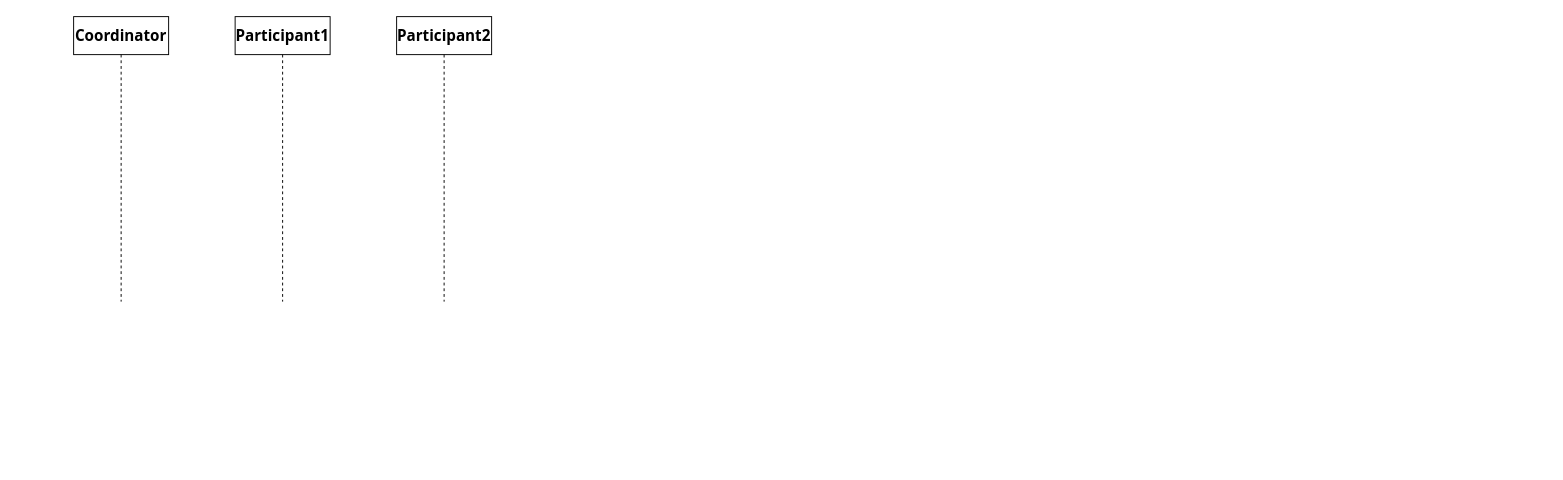
Above: distributed_service_consistency.drawio in walkerdu/draw_io (draw.io), before the change. Source tidied: cells renumbered, new cells numbered last; positions are measured from the earlier drawing's top-left corner, leaving out a move shared by most shapes. Both pictures are drawn from the tidied source at 95%, with x=0, y=0 at pixel (73, 16).
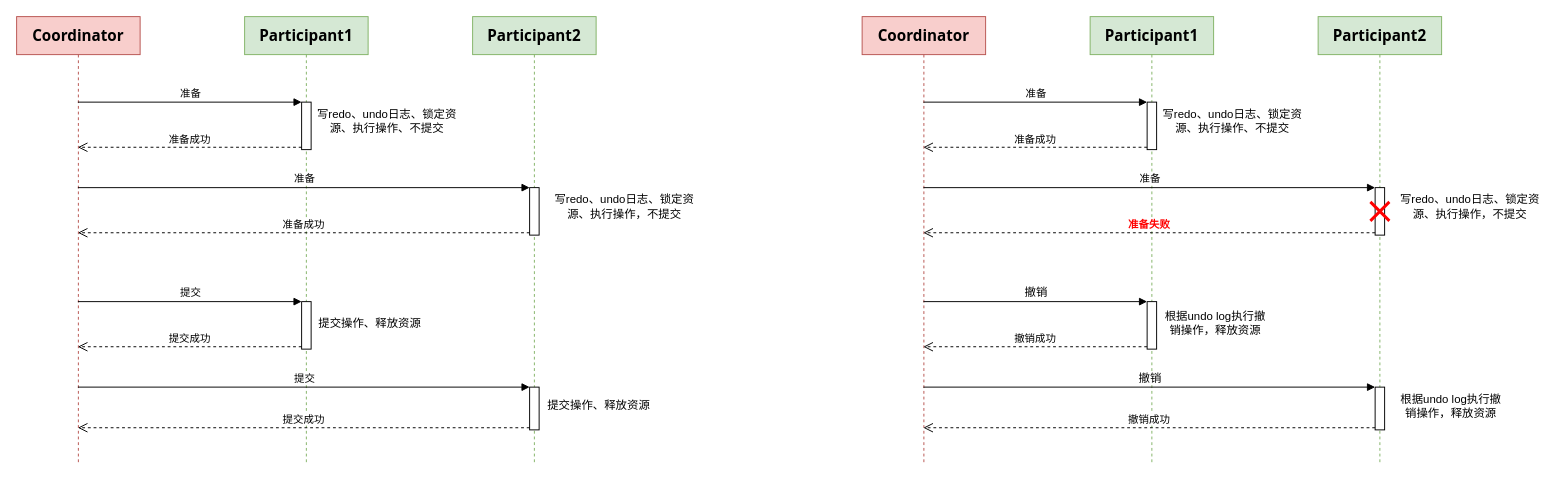
The same diagram, later.

Diff of the diagram source:
```diff
@@
-    <mxCell id="2" value="&lt;strong style=&quot;box-sizing: border-box ; font-family: &amp;#34;open sans&amp;#34; , &amp;#34;clear sans&amp;#34; , &amp;#34;helvetica neue&amp;#34; , &amp;#34;helvetica&amp;#34; , &amp;#34;arial&amp;#34; , sans-serif ; font-size: 16px&quot;&gt;&lt;span class=&quot;md-plain&quot; style=&quot;box-sizing: border-box&quot;&gt;Coordinator&lt;/span&gt;&lt;/strong&gt;" style="shape=umlLifeline;perimeter=lifelinePerimeter;whiteSpace=wrap;html=1;outlineConnect=0;" parent="1" vertex="1">
-      <mxGeometry width="100" height="300" as="geometry" />
+    <mxCell id="2" value="&lt;strong style=&quot;box-sizing: border-box ; font-family: &amp;#34;open sans&amp;#34; , &amp;#34;clear sans&amp;#34; , &amp;#34;helvetica neue&amp;#34; , &amp;#34;helvetica&amp;#34; , &amp;#34;arial&amp;#34; , sans-serif ; font-size: 16px&quot;&gt;&lt;span class=&quot;md-plain&quot; style=&quot;box-sizing: border-box&quot;&gt;Coordinator&lt;/span&gt;&lt;/strong&gt;" style="shape=umlLifeline;perimeter=lifelinePerimeter;whiteSpace=wrap;html=1;outlineConnect=0;fillColor=#f8cecc;strokeColor=#b85450;" parent="1" vertex="1">
+      <mxGeometry x="-60" width="130" height="470" as="geometry" />
     </mxCell>
-    <mxCell id="3" value="&lt;strong style=&quot;box-sizing: border-box ; font-family: &amp;#34;open sans&amp;#34; , &amp;#34;clear sans&amp;#34; , &amp;#34;helvetica neue&amp;#34; , &amp;#34;helvetica&amp;#34; , &amp;#34;arial&amp;#34; , sans-serif ; font-size: 16px ; text-align: left&quot;&gt;&lt;span class=&quot;md-plain&quot; style=&quot;box-sizing: border-box&quot;&gt;Participant1&lt;/span&gt;&lt;/strong&gt;" style="shape=umlLifeline;perimeter=lifelinePerimeter;whiteSpace=wrap;html=1;" parent="1" vertex="1">
-      <mxGeometry x="170" width="100" height="300" as="geometry" />
+    <mxCell id="3" value="&lt;strong style=&quot;box-sizing: border-box ; font-family: &amp;#34;open sans&amp;#34; , &amp;#34;clear sans&amp;#34; , &amp;#34;helvetica neue&amp;#34; , &amp;#34;helvetica&amp;#34; , &amp;#34;arial&amp;#34; , sans-serif ; font-size: 16px ; text-align: left&quot;&gt;&lt;span class=&quot;md-plain&quot; style=&quot;box-sizing: border-box&quot;&gt;Participant1&lt;/span&gt;&lt;/strong&gt;" style="shape=umlLifeline;perimeter=lifelinePerimeter;whiteSpace=wrap;html=1;fillColor=#d5e8d4;strokeColor=#82b366;" parent="1" vertex="1">
+      <mxGeometry x="180" width="130" height="470" as="geometry" />
     </mxCell>
+    <mxCell id="5" style="html=1;points=[];perimeter=orthogonalPerimeter;" parent="3" vertex="1">
+      <mxGeometry x="60" y="90" width="10" height="50" as="geometry" />
+    </mxCell>
+    <mxCell id="6" style="html=1;points=[];perimeter=orthogonalPerimeter;" parent="3" vertex="1">
+      <mxGeometry x="60" y="300" width="10" height="50" as="geometry" />
+    </mxCell>
-    <mxCell id="4" value="&lt;strong style=&quot;box-sizing: border-box ; font-family: &amp;#34;open sans&amp;#34; , &amp;#34;clear sans&amp;#34; , &amp;#34;helvetica neue&amp;#34; , &amp;#34;helvetica&amp;#34; , &amp;#34;arial&amp;#34; , sans-serif ; font-size: 16px ; text-align: left&quot;&gt;&lt;span class=&quot;md-plain&quot; style=&quot;box-sizing: border-box&quot;&gt;Participant2&lt;/span&gt;&lt;/strong&gt;" style="shape=umlLifeline;perimeter=lifelinePerimeter;whiteSpace=wrap;html=1;" parent="1" vertex="1">
-      <mxGeometry x="340" width="100" height="300" as="geometry" />
+    <mxCell id="4" value="&lt;strong style=&quot;box-sizing: border-box ; font-family: &amp;#34;open sans&amp;#34; , &amp;#34;clear sans&amp;#34; , &amp;#34;helvetica neue&amp;#34; , &amp;#34;helvetica&amp;#34; , &amp;#34;arial&amp;#34; , sans-serif ; font-size: 16px ; text-align: left&quot;&gt;&lt;span class=&quot;md-plain&quot; style=&quot;box-sizing: border-box&quot;&gt;Participant2&lt;/span&gt;&lt;/strong&gt;" style="shape=umlLifeline;perimeter=lifelinePerimeter;whiteSpace=wrap;html=1;fillColor=#d5e8d4;strokeColor=#82b366;" parent="1" vertex="1">
+      <mxGeometry x="420" width="130" height="470" as="geometry" />
     </mxCell>
+    <mxCell id="7" style="html=1;points=[];perimeter=orthogonalPerimeter;" parent="4" vertex="1">
+      <mxGeometry x="60" y="180" width="10" height="50" as="geometry" />
+    </mxCell>
+    <mxCell id="8" style="html=1;points=[];perimeter=orthogonalPerimeter;" parent="4" vertex="1">
+      <mxGeometry x="60" y="390" width="10" height="45" as="geometry" />
+    </mxCell>
+    <mxCell id="9" value="准备" style="html=1;verticalAlign=bottom;endArrow=block;entryX=0;entryY=0;" parent="1" edge="1" source="2" target="5">
+      <mxGeometry relative="1" as="geometry" />
+    </mxCell>
+    <mxCell id="10" value="准备成功" style="html=1;verticalAlign=bottom;endArrow=open;dashed=1;endSize=8;exitX=0;exitY=0.95;" parent="1" edge="1" source="5" target="2">
+      <mxGeometry relative="1" as="geometry" />
+    </mxCell>
+    <mxCell id="11" value="写redo、undo日志、锁定资源、执行操作、不提交" style="text;html=1;strokeColor=none;fillColor=none;align=center;verticalAlign=middle;whiteSpace=wrap;rounded=0;" parent="1" vertex="1">
+      <mxGeometry x="250" y="100" width="160" height="20" as="geometry" />
+    </mxCell>
+    <mxCell id="12" value="准备" style="html=1;verticalAlign=bottom;endArrow=block;entryX=0;entryY=0;" parent="1" edge="1" source="2" target="7">
+      <mxGeometry relative="1" as="geometry" />
+    </mxCell>
+    <mxCell id="13" value="准备成功" style="html=1;verticalAlign=bottom;endArrow=open;dashed=1;endSize=8;exitX=0;exitY=0.95;" parent="1" edge="1" source="7" target="2">
+      <mxGeometry relative="1" as="geometry" />
+    </mxCell>
+    <mxCell id="14" value="写redo、undo日志、锁定资源、执行操作，不提交" style="text;html=1;strokeColor=none;fillColor=none;align=center;verticalAlign=middle;whiteSpace=wrap;rounded=0;" parent="1" vertex="1">
+      <mxGeometry x="500" y="190" width="160" height="20" as="geometry" />
+    </mxCell>
+    <mxCell id="15" value="提交" style="html=1;verticalAlign=bottom;endArrow=block;entryX=0;entryY=0;" parent="1" edge="1" source="2" target="6">
+      <mxGeometry relative="1" as="geometry" />
+    </mxCell>
+    <mxCell id="16" value="提交成功" style="html=1;verticalAlign=bottom;endArrow=open;dashed=1;endSize=8;exitX=0;exitY=0.95;" parent="1" edge="1" source="6" target="2">
+      <mxGeometry relative="1" as="geometry" />
+    </mxCell>
+    <mxCell id="17" value="提交操作、释放资源" style="text;html=1;strokeColor=none;fillColor=none;align=center;verticalAlign=middle;whiteSpace=wrap;rounded=0;" parent="1" vertex="1">
+      <mxGeometry x="252" y="313" width="120" height="20" as="geometry" />
+    </mxCell>
+    <mxCell id="18" value="提交" style="html=1;verticalAlign=bottom;endArrow=block;entryX=0;entryY=0;" parent="1" edge="1" target="8">
+      <mxGeometry relative="1" as="geometry">
+        <mxPoint x="4.5" y="390" as="sourcePoint" />
+      </mxGeometry>
+    </mxCell>
+    <mxCell id="19" value="提交成功" style="html=1;verticalAlign=bottom;endArrow=open;dashed=1;endSize=8;exitX=0;exitY=0.95;" parent="1" edge="1" source="8" target="2">
+      <mxGeometry relative="1" as="geometry" />
+    </mxCell>
+    <mxCell id="20" value="提交操作、释放资源" style="text;html=1;strokeColor=none;fillColor=none;align=center;verticalAlign=middle;whiteSpace=wrap;rounded=0;" parent="1" vertex="1">
+      <mxGeometry x="493" y="400" width="120" height="20" as="geometry" />
+    </mxCell>
+    <mxCell id="21" value="&lt;strong style=&quot;box-sizing: border-box ; font-family: &amp;#34;open sans&amp;#34; , &amp;#34;clear sans&amp;#34; , &amp;#34;helvetica neue&amp;#34; , &amp;#34;helvetica&amp;#34; , &amp;#34;arial&amp;#34; , sans-serif ; font-size: 16px&quot;&gt;&lt;span class=&quot;md-plain&quot; style=&quot;box-sizing: border-box&quot;&gt;Coordinator&lt;/span&gt;&lt;/strong&gt;" style="shape=umlLifeline;perimeter=lifelinePerimeter;whiteSpace=wrap;html=1;outlineConnect=0;fillColor=#f8cecc;strokeColor=#b85450;" parent="1" vertex="1">
+      <mxGeometry x="830" width="130" height="470" as="geometry" />
+    </mxCell>
+    <mxCell id="22" value="&lt;strong style=&quot;box-sizing: border-box ; font-family: &amp;#34;open sans&amp;#34; , &amp;#34;clear sans&amp;#34; , &amp;#34;helvetica neue&amp;#34; , &amp;#34;helvetica&amp;#34; , &amp;#34;arial&amp;#34; , sans-serif ; font-size: 16px ; text-align: left&quot;&gt;&lt;span class=&quot;md-plain&quot; style=&quot;box-sizing: border-box&quot;&gt;Participant1&lt;/span&gt;&lt;/strong&gt;" style="shape=umlLifeline;perimeter=lifelinePerimeter;whiteSpace=wrap;html=1;fillColor=#d5e8d4;strokeColor=#82b366;" parent="1" vertex="1">
+      <mxGeometry x="1070" width="130" height="470" as="geometry" />
+    </mxCell>
+    <mxCell id="23" style="html=1;points=[];perimeter=orthogonalPerimeter;" parent="22" vertex="1">
+      <mxGeometry x="60" y="90" width="10" height="50" as="geometry" />
+    </mxCell>
+    <mxCell id="24" style="html=1;points=[];perimeter=orthogonalPerimeter;" parent="22" vertex="1">
+      <mxGeometry x="60" y="300" width="10" height="50" as="geometry" />
+    </mxCell>
+    <mxCell id="25" value="&lt;strong style=&quot;box-sizing: border-box ; font-family: &amp;#34;open sans&amp;#34; , &amp;#34;clear sans&amp;#34; , &amp;#34;helvetica neue&amp;#34; , &amp;#34;helvetica&amp;#34; , &amp;#34;arial&amp;#34; , sans-serif ; font-size: 16px ; text-align: left&quot;&gt;&lt;span class=&quot;md-plain&quot; style=&quot;box-sizing: border-box&quot;&gt;Participant2&lt;/span&gt;&lt;/strong&gt;" style="shape=umlLifeline;perimeter=lifelinePerimeter;whiteSpace=wrap;html=1;fillColor=#d5e8d4;strokeColor=#82b366;" parent="1" vertex="1">
+      <mxGeometry x="1310" width="130" height="470" as="geometry" />
+    </mxCell>
+    <mxCell id="26" style="html=1;points=[];perimeter=orthogonalPerimeter;" parent="25" vertex="1">
+      <mxGeometry x="60" y="180" width="10" height="50" as="geometry" />
+    </mxCell>
+    <mxCell id="27" style="html=1;points=[];perimeter=orthogonalPerimeter;" parent="25" vertex="1">
+      <mxGeometry x="60" y="390" width="10" height="45" as="geometry" />
+    </mxCell>
+    <mxCell id="28" style="shape=umlDestroy;whiteSpace=wrap;html=1;strokeWidth=3;strokeColor=#FF0000;" parent="25" vertex="1">
+      <mxGeometry x="55" y="195" width="20" height="20" as="geometry" />
+    </mxCell>
+    <mxCell id="29" value="准备" style="html=1;verticalAlign=bottom;endArrow=block;entryX=0;entryY=0;" parent="1" edge="1" source="21" target="23">
+      <mxGeometry relative="1" as="geometry" />
+    </mxCell>
+    <mxCell id="30" value="准备成功" style="html=1;verticalAlign=bottom;endArrow=open;dashed=1;endSize=8;exitX=0;exitY=0.95;" parent="1" edge="1" source="23" target="21">
+      <mxGeometry relative="1" as="geometry" />
+    </mxCell>
+    <mxCell id="31" value="写redo、undo日志、锁定资源、执行操作、不提交" style="text;html=1;strokeColor=none;fillColor=none;align=center;verticalAlign=middle;whiteSpace=wrap;rounded=0;" parent="1" vertex="1">
+      <mxGeometry x="1140" y="100" width="160" height="20" as="geometry" />
+    </mxCell>
+    <mxCell id="32" value="准备" style="html=1;verticalAlign=bottom;endArrow=block;entryX=0;entryY=0;" parent="1" edge="1" source="21" target="26">
+      <mxGeometry relative="1" as="geometry" />
+    </mxCell>
+    <mxCell id="33" value="&lt;font color=&quot;#ff0000&quot;&gt;&lt;b&gt;准备失败&lt;/b&gt;&lt;/font&gt;" style="html=1;verticalAlign=bottom;endArrow=open;dashed=1;endSize=8;exitX=0;exitY=0.95;" parent="1" edge="1" source="26" target="21">
+      <mxGeometry relative="1" as="geometry" />
+    </mxCell>
+    <mxCell id="34" value="写redo、undo日志、锁定资源、执行操作，不提交" style="text;html=1;strokeColor=none;fillColor=none;align=center;verticalAlign=middle;whiteSpace=wrap;rounded=0;" parent="1" vertex="1">
+      <mxGeometry x="1390" y="190" width="160" height="20" as="geometry" />
+    </mxCell>
+    <mxCell id="35" value="&lt;span style=&quot;font-family: sans-serif ; text-align: left&quot;&gt;&lt;font style=&quot;font-size: 12px&quot;&gt;撤销&lt;/font&gt;&lt;/span&gt;" style="html=1;verticalAlign=bottom;endArrow=block;entryX=0;entryY=0;" parent="1" edge="1" source="21" target="24">
+      <mxGeometry relative="1" as="geometry" />
+    </mxCell>
+    <mxCell id="36" value="撤销成功" style="html=1;verticalAlign=bottom;endArrow=open;dashed=1;endSize=8;exitX=0;exitY=0.95;" parent="1" edge="1" source="24" target="21">
+      <mxGeometry relative="1" as="geometry" />
+    </mxCell>
+    <mxCell id="37" value="根据undo log执行撤销操作，释放资源" style="text;html=1;strokeColor=none;fillColor=none;align=center;verticalAlign=middle;whiteSpace=wrap;rounded=0;" parent="1" vertex="1">
+      <mxGeometry x="1142" y="313" width="120" height="20" as="geometry" />
+    </mxCell>
+    <mxCell id="38" value="&lt;span style=&quot;font-family: sans-serif ; font-size: 12px ; text-align: left&quot;&gt;撤销&lt;/span&gt;" style="html=1;verticalAlign=bottom;endArrow=block;entryX=0;entryY=0;" parent="1" edge="1" target="27">
+      <mxGeometry relative="1" as="geometry">
+        <mxPoint x="894.5" y="390" as="sourcePoint" />
+      </mxGeometry>
+    </mxCell>
+    <mxCell id="39" value="撤销成功" style="html=1;verticalAlign=bottom;endArrow=open;dashed=1;endSize=8;exitX=0;exitY=0.95;" parent="1" edge="1" source="27" target="21">
+      <mxGeometry relative="1" as="geometry" />
+    </mxCell>
+    <mxCell id="40" value="根据undo log执行撤销操作，释放资源" style="text;html=1;strokeColor=none;fillColor=none;align=center;verticalAlign=middle;whiteSpace=wrap;rounded=0;" parent="1" vertex="1">
+      <mxGeometry x="1390" y="400" width="120" height="20" as="geometry" />
+    </mxCell>
```
